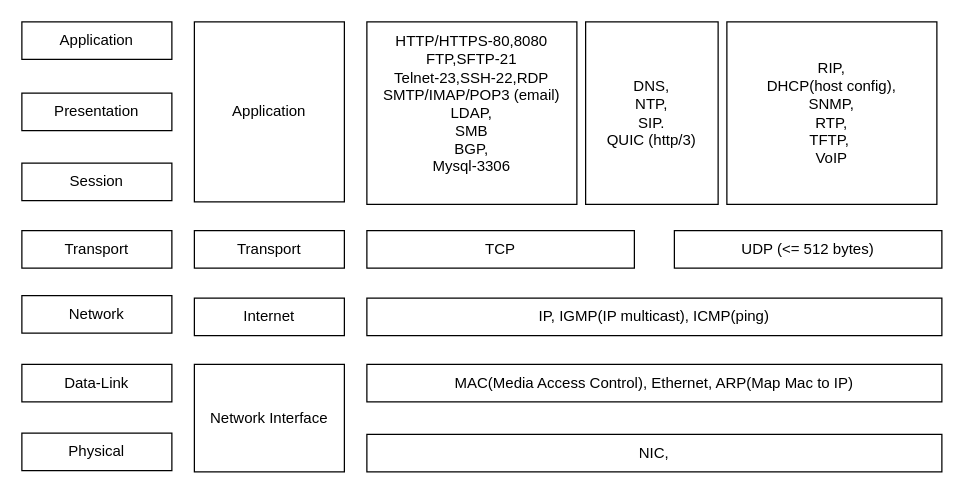
Earlier version of the draw.io diagram internet_protocol.drawio (Albert-W/Draw_io). Source tidied: cells renumbered, new cells numbered last; positions are measured from the earlier drawing's top-left corner, leaving out a move shared by most shapes. Both pictures are drawn from the tidied source at 125%, with x=0, y=0 at pixel (21, 21).
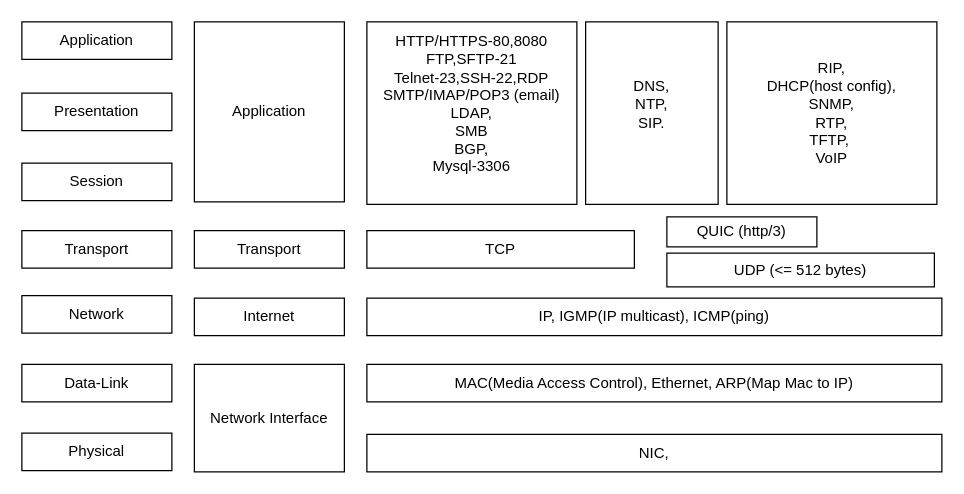
Above is the later version.

What changed in the source:
```diff
@@
     <mxCell id="16" value="UDP (&amp;lt;= 512 bytes)" style="rounded=0;whiteSpace=wrap;html=1;" parent="1" vertex="1">
-      <mxGeometry x="522" y="167" width="214" height="30" as="geometry" />
+      <mxGeometry x="516" y="185" width="214" height="27" as="geometry" />
     </mxCell>
@@
-    <mxCell id="19" value="DNS,&lt;br&gt;NTP,&lt;br&gt;SIP.&lt;br&gt;QUIC (http/3)" style="rounded=0;whiteSpace=wrap;html=1;" parent="1" vertex="1">
+    <mxCell id="19" value="DNS,&lt;br&gt;NTP,&lt;br&gt;SIP.&lt;div&gt;&lt;br/&gt;&lt;/div&gt;" style="rounded=0;whiteSpace=wrap;html=1;" parent="1" vertex="1">
       <mxGeometry x="451" width="106" height="146" as="geometry" />
     </mxCell>
@@
+    <mxCell id="21" value="QUIC (http/3)" style="rounded=0;whiteSpace=wrap;html=1;" parent="1" vertex="1">
+      <mxGeometry x="516" y="156" width="120" height="24" as="geometry" />
+    </mxCell>
```
